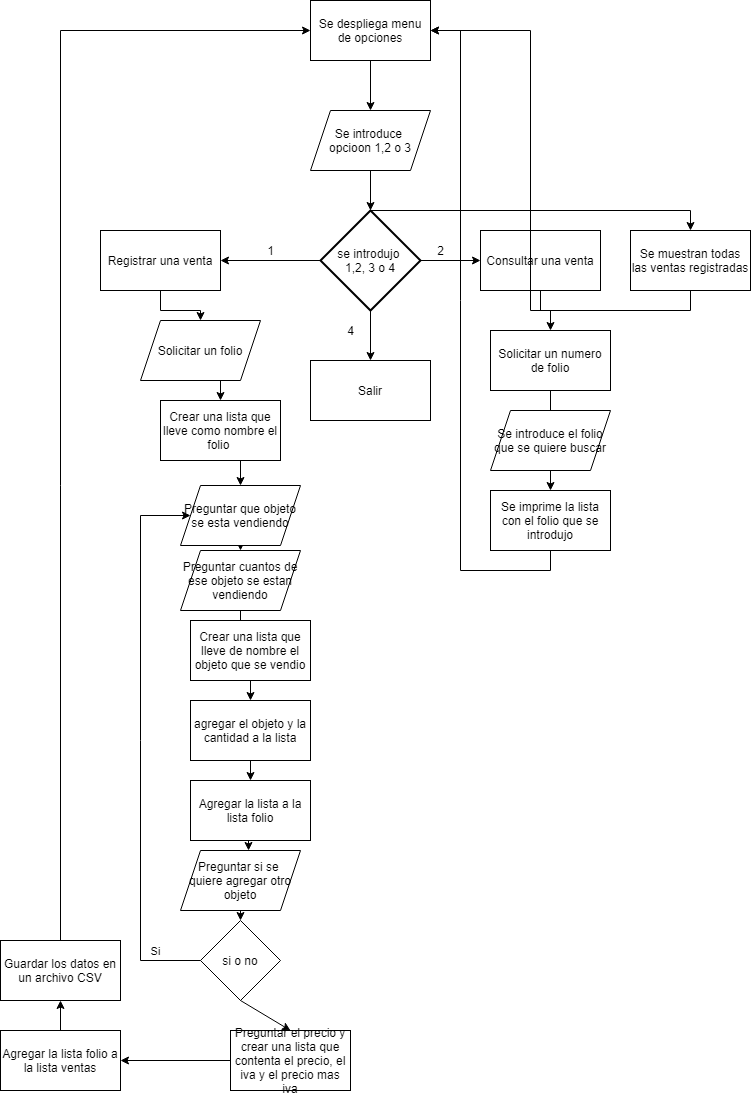
Earlier version of the draw.io export FLowchart.png (elCherrys/Evidencia-1). Source tidied: cells renumbered, new cells last; positions are measured from the earlier drawing's top-left corner, leaving out a move shared by most shapes.
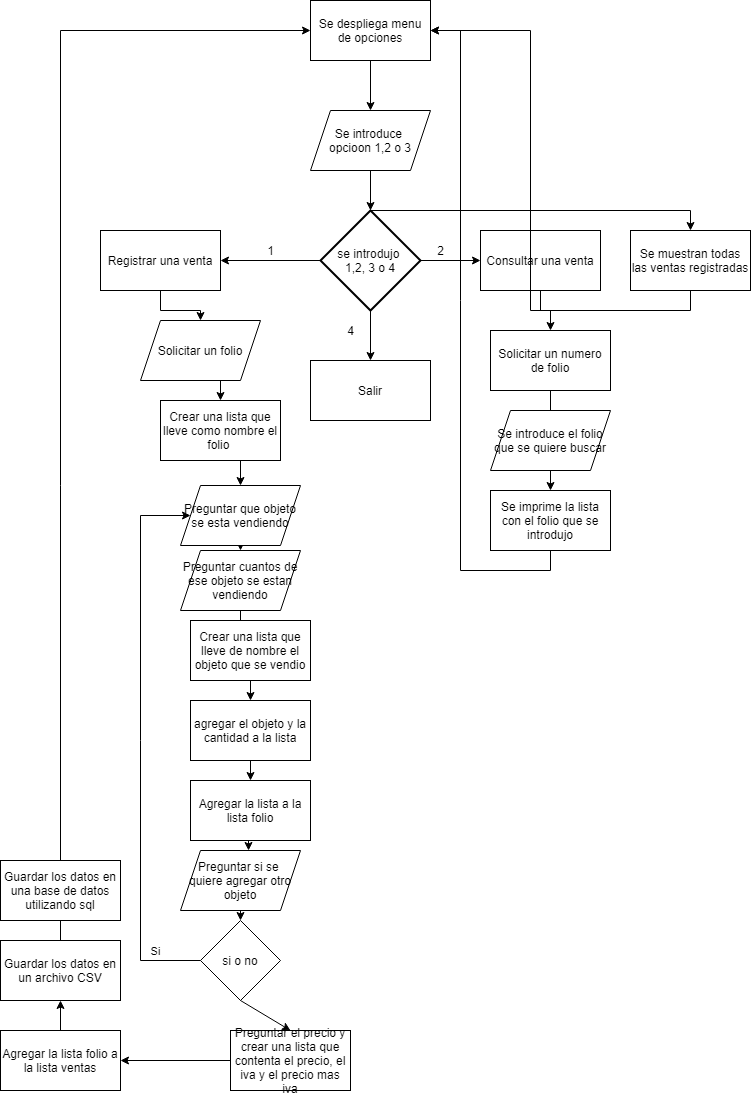
After the change.

Change to the diagram source:
```diff
@@ -170,5 +170,8 @@
     <mxCell id="52" value="Guardar los datos en un archivo CSV" style="rounded=0;whiteSpace=wrap;html=1;" parent="1" vertex="1">
       <mxGeometry y="940" width="120" height="60" as="geometry" />
     </mxCell>
+    <mxCell id="53" value="Guardar los datos en una base de datos utilizando sql" style="rounded=0;whiteSpace=wrap;html=1;" parent="1" vertex="1">
+      <mxGeometry y="860" width="120" height="60" as="geometry" />
+    </mxCell>
   </root>
 </mxGraphModel>
```
